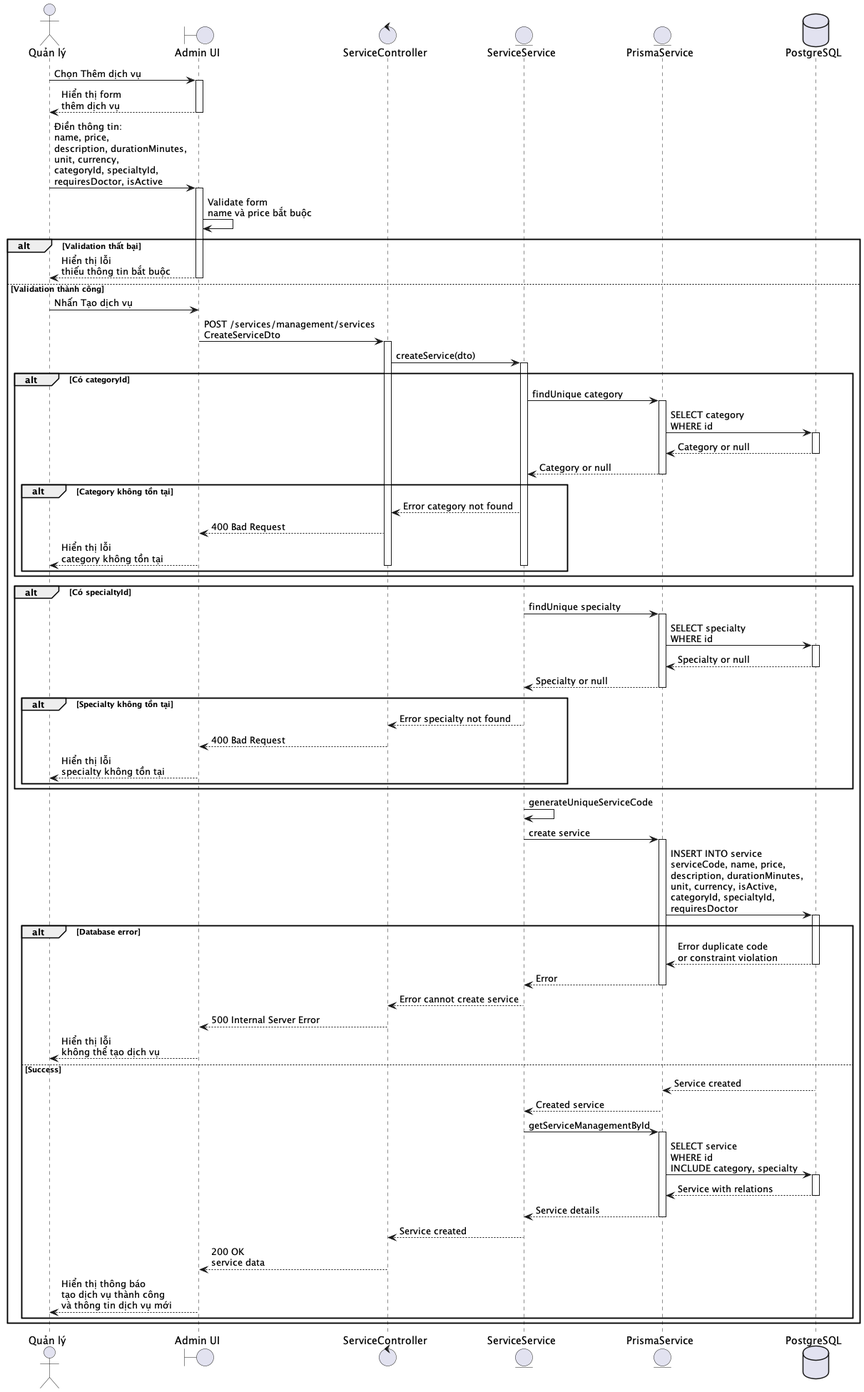
This is out/docs/create-service-sequence/createServiceSequence.png from iamKhang/revita-be, a PlantUML export, as it was before one commit.
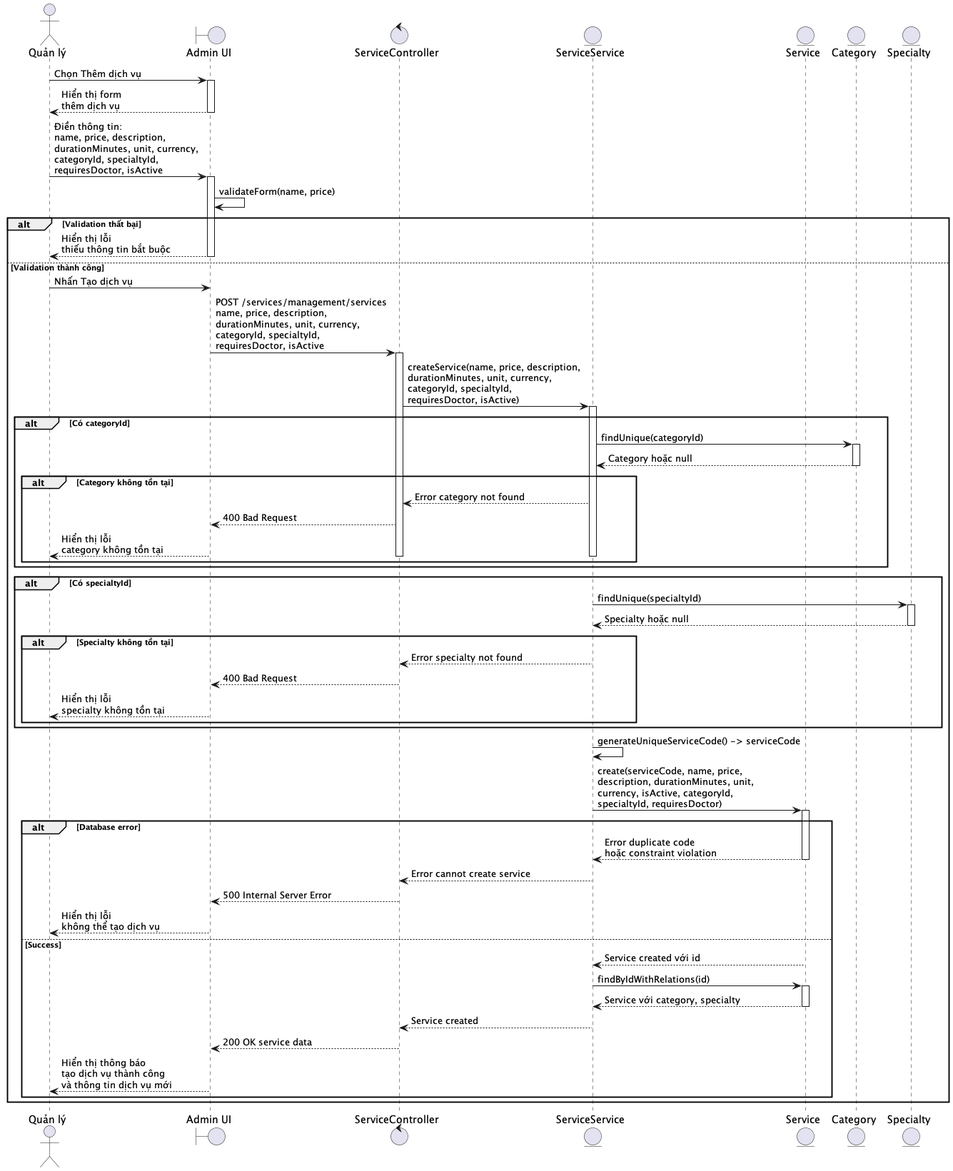
Later version of the same file.

Diff of the diagram source:
```diff
@@ -5,8 +5,9 @@
 boundary "Admin UI" as UI
 control "ServiceController" as Controller
 entity "ServiceService" as Service
-entity "PrismaService" as Prisma
-database "PostgreSQL" as DB
+entity "Service" as ServiceEntity
+entity "Category" as Category
+entity "Specialty" as Specialty
 
 
 Admin -> UI: Chọn Thêm dịch vụ
@@ -15,10 +16,10 @@
 UI --> Admin: Hiển thị form\nthêm dịch vụ
 deactivate UI
 
-Admin -> UI: Điền thông tin:\nname, price,\ndescription, durationMinutes,\nunit, currency,\ncategoryId, specialtyId,\nrequiresDoctor, isActive
+Admin -> UI: Điền thông tin:\nname, price, description,\ndurationMinutes, unit, currency,\ncategoryId, specialtyId,\nrequiresDoctor, isActive
 activate UI
 
-UI -> UI: Validate form\nname và price bắt buộc
+UI -> UI: validateForm(name, price)
 
 alt Validation thất bại
     UI --> Admin: Hiển thị lỗi\nthiếu thông tin bắt buộc
@@ -26,21 +27,17 @@
 else Validation thành công
     Admin -> UI: Nhấn Tạo dịch vụ
 
-    UI -> Controller: POST /services/management/services\nCreateServiceDto
+    UI -> Controller: POST /services/management/services\nname, price, description,\ndurationMinutes, unit, currency,\ncategoryId, specialtyId,\nrequiresDoctor, isActive
     activate Controller
 
-    Controller -> Service: createService(dto)
+    Controller -> Service: createService(name, price, description,\ndurationMinutes, unit, currency,\ncategoryId, specialtyId,\nrequiresDoctor, isActive)
     activate Service
 
     alt Có categoryId
-        Service -> Prisma: findUnique category
-        activate Prisma
-        Prisma -> DB: SELECT category\nWHERE id
-        activate DB
-        DB --> Prisma: Category or null
-        deactivate DB
-        Prisma --> Service: Category or null
-        deactivate Prisma
+        Service -> Category: findUnique(categoryId)
+        activate Category
+        Category --> Service: Category hoặc null
+        deactivate Category
 
         alt Category không tồn tại
             Service --> Controller: Error category not found
@@ -53,14 +50,10 @@
     end
 
     alt Có specialtyId
-        Service -> Prisma: findUnique specialty
-        activate Prisma
-        Prisma -> DB: SELECT specialty\nWHERE id
-        activate DB
-        DB --> Prisma: Specialty or null
-        deactivate DB
-        Prisma --> Service: Specialty or null
-        deactivate Prisma
+        Service -> Specialty: findUnique(specialtyId)
+        activate Specialty
+        Specialty --> Service: Specialty hoặc null
+        deactivate Specialty
 
         alt Specialty không tồn tại
             Service --> Controller: Error specialty not found
@@ -72,19 +65,14 @@
         end
     end
 
-    Service -> Service: generateUniqueServiceCode
+    Service -> Service: generateUniqueServiceCode() -> serviceCode
 
-    Service -> Prisma: create service
-    activate Prisma
-
-    Prisma -> DB: INSERT INTO service\nserviceCode, name, price,\ndescription, durationMinutes,\nunit, currency, isActive,\ncategoryId, specialtyId,\nrequiresDoctor
-    activate DB
+    Service -> ServiceEntity: create(serviceCode, name, price,\ndescription, durationMinutes, unit,\ncurrency, isActive, categoryId,\nspecialtyId, requiresDoctor)
+    activate ServiceEntity
 
     alt Database error
-        DB --> Prisma: Error duplicate code\nor constraint violation
-        deactivate DB
-        Prisma --> Service: Error
-        deactivate Prisma
+        ServiceEntity --> Service: Error duplicate code\nhoặc constraint violation
+        deactivate ServiceEntity
 
         Service --> Controller: Error cannot create service
         deactivate Service
@@ -95,26 +83,18 @@
         UI --> Admin: Hiển thị lỗi\nkhông thể tạo dịch vụ
         deactivate UI
     else Success
-        DB --> Prisma: Service created
-        deactivate DB
-        Prisma --> Service: Created service
-        deactivate Prisma
+        ServiceEntity --> Service: Service created với id
+        deactivate ServiceEntity
 
-        Service -> Prisma: getServiceManagementById
-        activate Prisma
-
-        Prisma -> DB: SELECT service\nWHERE id\nINCLUDE category, specialty
-        activate DB
-        DB --> Prisma: Service with relations
-        deactivate DB
-
-        Prisma --> Service: Service details
-        deactivate Prisma
+        Service -> ServiceEntity: findByIdWithRelations(id)
+        activate ServiceEntity
+        ServiceEntity --> Service: Service với category, specialty
+        deactivate ServiceEntity
 
         Service --> Controller: Service created
         deactivate Service
 
-        Controller --> UI: 200 OK\nservice data
+        Controller --> UI: 200 OK service data
         deactivate Controller
 
         UI --> Admin: Hiển thị thông báo\ntạo dịch vụ thành công\nvà thông tin dịch vụ mới
```
